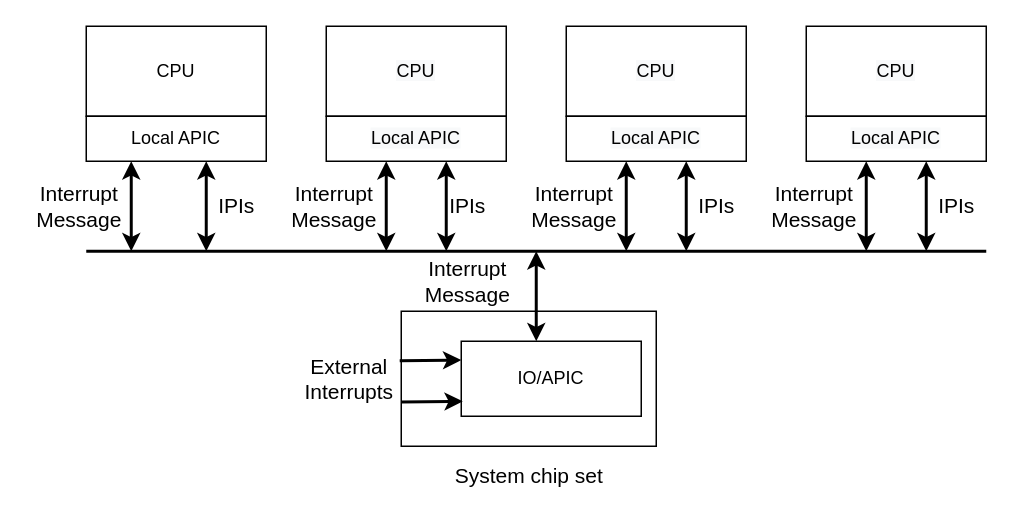
Earlier version of the draw.io diagram Advanced-PIC.drawio (estraining/diagram-store). Source tidied: cells renumbered, new cells numbered last; positions are measured from the earlier drawing's top-left corner, leaving out a move shared by most shapes. Both pictures are drawn from the tidied source at 150%, with x=0, y=0 at pixel (26, 26).
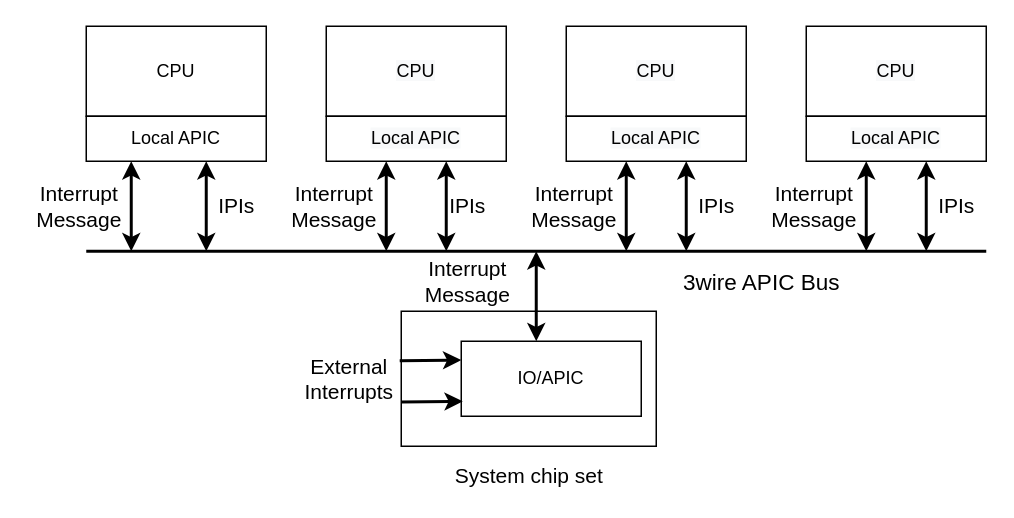
Above is the later version.

The edit, as a diff of the source:
```diff
@@
+    <mxCell id="35" value="&lt;font style=&quot;font-size: 15px&quot;&gt;3wire APIC Bus&lt;/font&gt;" style="text;html=1;align=center;verticalAlign=middle;" parent="1" vertex="1">
+      <mxGeometry x="430" y="160" width="120" height="20" as="geometry" />
+    </mxCell>
```
